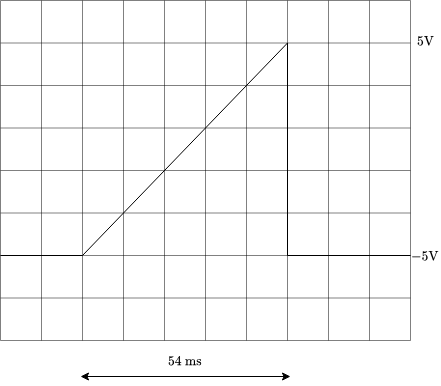
Earlier version of the draw.io export Report/Figures/Methodology/hp8552b-sawtooth.png (BongaNjamela001/Digitizing-HP141T). Source tidied: cells renumbered, new cells last; positions are measured from the earlier drawing's top-left corner, leaving out a move shared by most shapes.
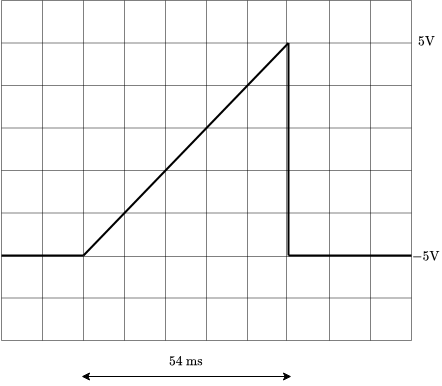
After the change.

What changed in the source:
```diff
@@ -5,25 +5,25 @@
     <mxCell id="2" style="group;" parent="1" vertex="1">
       <mxGeometry width="410" height="340" as="geometry" />
     </mxCell>
-    <mxCell id="3" style="endArrow=none;html=1;rounded=0;" parent="2" edge="1">
+    <mxCell id="3" style="endArrow=none;html=1;rounded=0;strokeWidth=2;" parent="2" edge="1">
       <mxGeometry relative="1" as="geometry">
         <mxPoint y="255" as="sourcePoint" />
         <mxPoint x="82" y="255" as="targetPoint" />
       </mxGeometry>
     </mxCell>
-    <mxCell id="4" style="endArrow=none;html=1;rounded=0;" parent="2" edge="1">
+    <mxCell id="4" style="endArrow=none;html=1;rounded=0;strokeWidth=2;" parent="2" edge="1">
       <mxGeometry relative="1" as="geometry">
         <mxPoint x="287" y="255" as="sourcePoint" />
         <mxPoint x="287" y="42.5" as="targetPoint" />
       </mxGeometry>
     </mxCell>
-    <mxCell id="5" style="endArrow=none;html=1;rounded=0;" parent="2" edge="1">
+    <mxCell id="5" style="endArrow=none;html=1;rounded=0;strokeWidth=2;" parent="2" edge="1">
       <mxGeometry relative="1" as="geometry">
         <mxPoint x="82" y="255" as="sourcePoint" />
         <mxPoint x="287" y="42.5" as="targetPoint" />
       </mxGeometry>
     </mxCell>
-    <mxCell id="6" style="endArrow=none;html=1;rounded=0;" parent="2" edge="1">
+    <mxCell id="6" style="endArrow=none;html=1;rounded=0;strokeWidth=2;" parent="2" edge="1">
       <mxGeometry relative="1" as="geometry">
         <mxPoint x="287" y="255" as="sourcePoint" />
         <mxPoint x="410" y="255" as="targetPoint" />
@@ -73,8 +73,8 @@
     </mxCell>
     <mxCell id="14" style="endArrow=none;html=1;rounded=0;strokeWidth=0.5;" parent="2" edge="1">
       <mxGeometry relative="1" as="geometry">
-        <mxPoint x="287" y="340" as="sourcePoint" />
-        <mxPoint x="287" as="targetPoint" />
+        <mxPoint x="285" y="340" as="sourcePoint" />
+        <mxPoint x="285" as="targetPoint" />
       </mxGeometry>
     </mxCell>
     <mxCell id="15" style="endArrow=none;html=1;rounded=0;strokeWidth=0.5;" parent="2" edge="1">
@@ -133,8 +133,8 @@
     </mxCell>
     <mxCell id="24" style="endArrow=none;html=1;rounded=0;strokeWidth=0.5;" parent="2" edge="1">
       <mxGeometry relative="1" as="geometry">
-        <mxPoint y="255" as="sourcePoint" />
-        <mxPoint x="410" y="255" as="targetPoint" />
+        <mxPoint y="256" as="sourcePoint" />
+        <mxPoint x="410" y="256" as="targetPoint" />
       </mxGeometry>
     </mxCell>
     <mxCell id="25" style="endArrow=none;html=1;rounded=0;strokeWidth=0.5;" parent="2" edge="1">
```
